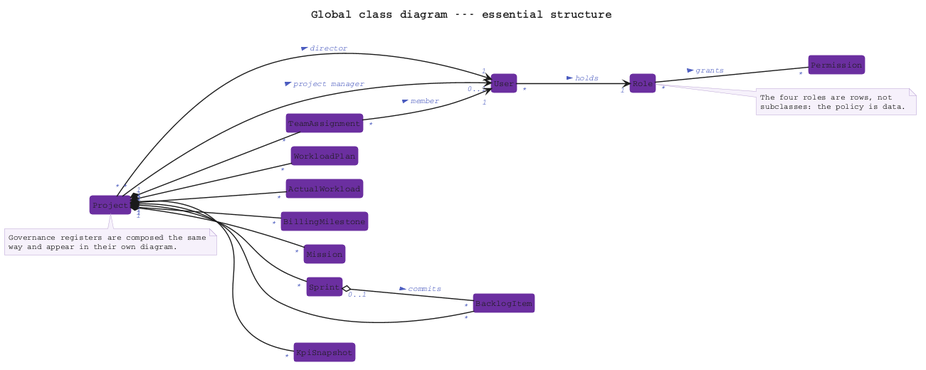
Before: report/Rapport PFE TEKUP LATEX/img/class_global_simple.png, a diagram exported from PlantUML (mazenrakrouki/tekup-pms-platform). Source of this version:
```plantuml
@startuml class_global_simple
title Global class diagram --- essential structure

left to right direction

skinparam shadowing false
skinparam classAttributeIconSize 0
skinparam nodesep 22
skinparam ranksep 90
skinparam class {
  BackgroundColor       #FFFFFF
  BorderColor           #6B2FA0
  BorderThickness       1.4
  HeaderBackgroundColor #6B2FA0
  FontColor             #FFFFFF
  FontName              Courier
  FontSize              14
  FontStyle             plain
  AttributeFontColor    #1A1A1A
  AttributeFontName     Courier
  AttributeFontSize     12
}
skinparam ArrowColor      #1A1A1A
skinparam ArrowThickness  1.4
skinparam ArrowFontColor  #4A5BBF
skinparam ArrowFontStyle  italic
skinparam ArrowFontName   Courier
skinparam ArrowFontSize   11
skinparam TitleFontName   Courier
skinparam TitleFontSize   16
skinparam TitleFontColor  #1A1A1A
skinparam noteBorderColor     #B9A0D4
skinparam noteBackgroundColor #F6F1FB
skinparam noteFontName        Courier
skinparam noteFontSize        11
hide circle
hide members

class User
class Role
class Permission

class Project
class TeamAssignment

class WorkloadPlan
class ActualWorkload

class BillingMilestone
class Mission

class Sprint
class BacklogItem

class KpiSnapshot

User "*"  --> "1" Role       : holds >
Role "*"  --  "*" Permission : grants >

Project "*" --> "1"    User : director >
Project "*" --> "0..1" User : project manager >

Project "1" *-- "*" TeamAssignment
TeamAssignment "*" --> "1" User : member >

Project "1" *-- "*" WorkloadPlan
Project "1" *-- "*" ActualWorkload
Project "1" *-- "*" BillingMilestone
Project "1" *-- "*" Mission
Project "1" *-- "*" Sprint
Project "1" *-- "*" BacklogItem
Project "1" *-- "*" KpiSnapshot

Sprint "0..1" o-- "*" BacklogItem : commits >

note right of Role
  The four roles are rows, not
  subclasses: the policy is data.
end note

note bottom of Project
  Governance registers are composed the same
  way and appear in their own diagram.
end note

@enduml
```
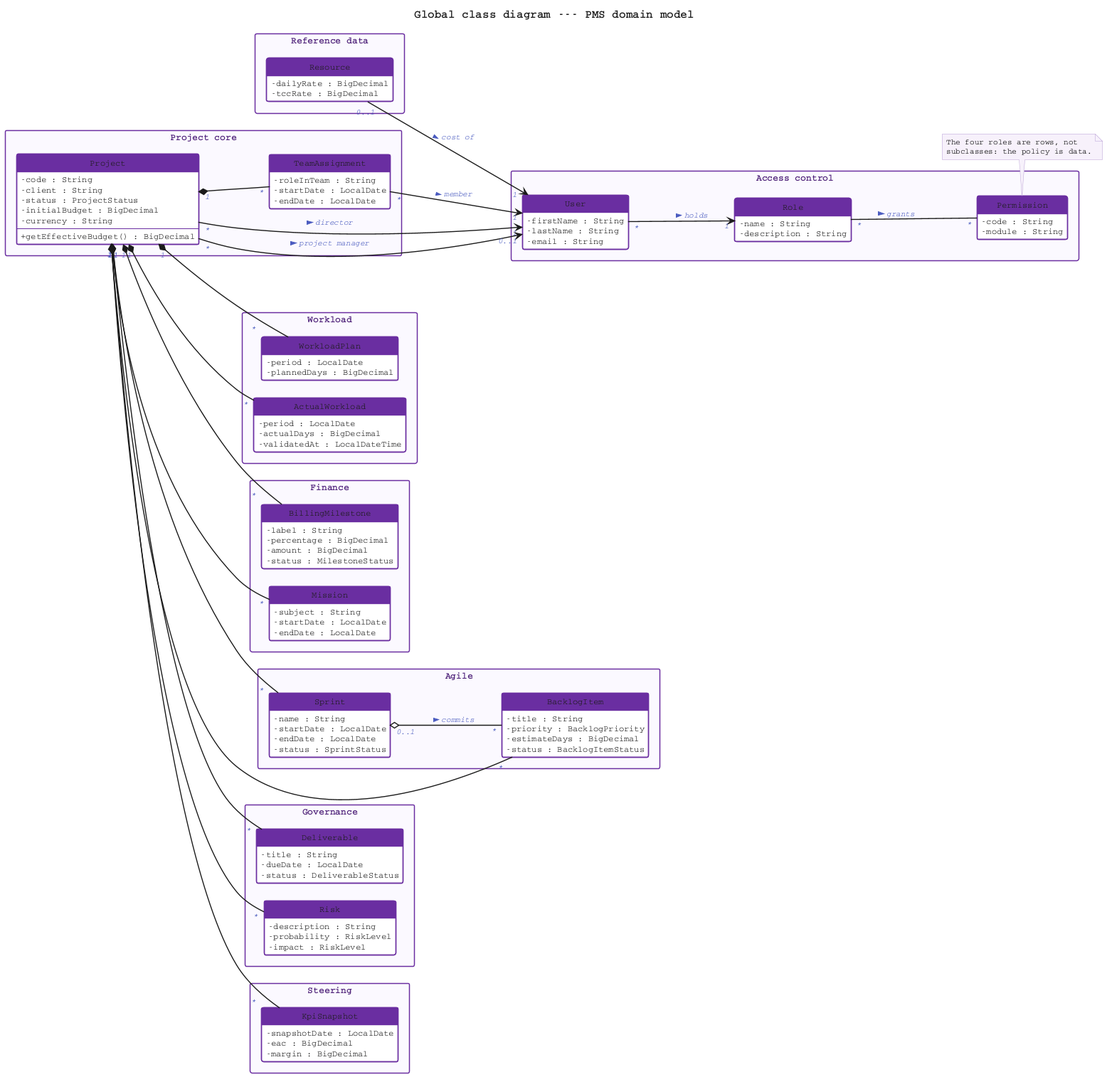
After the change.

Commit message:
Rework the global class diagram: attributes, missing classes, layout

Diff of the diagram source:
```diff
@@ -1,12 +1,12 @@
 @startuml class_global_simple
-title Global class diagram --- essential structure
+title Global class diagram --- PMS domain model
 
 left to right direction
 
 skinparam shadowing false
 skinparam classAttributeIconSize 0
-skinparam nodesep 22
-skinparam ranksep 90
+skinparam nodesep 25
+skinparam ranksep 75
 skinparam class {
   BackgroundColor       #FFFFFF
   BorderColor           #6B2FA0
@@ -20,6 +20,12 @@
   AttributeFontName     Courier
   AttributeFontSize     12
 }
+skinparam packageStyle           rectangle
+skinparam packageBackgroundColor #FBF9FE
+skinparam packageBorderColor     #6B2FA0
+skinparam packageFontColor       #4B1E77
+skinparam packageFontName        Courier
+skinparam packageFontSize        13
 skinparam ArrowColor      #1A1A1A
 skinparam ArrowThickness  1.4
 skinparam ArrowFontColor  #4A5BBF
@@ -34,53 +40,134 @@
 skinparam noteFontName        Courier
 skinparam noteFontSize        11
 hide circle
-hide members
+hide empty methods
 
-class User
-class Role
-class Permission
+package "Access control" {
+  class User {
+    - firstName : String
+    - lastName : String
+    - email : String
+  }
+  class Role {
+    - name : String
+    - description : String
+  }
+  class Permission {
+    - code : String
+    - module : String
+  }
+}
 
-class Project
-class TeamAssignment
+package "Reference data" {
+  class Resource {
+    - dailyRate : BigDecimal
+    - tccRate : BigDecimal
+  }
+}
 
-class WorkloadPlan
-class ActualWorkload
+package "Project core" {
+  class Project {
+    - code : String
+    - client : String
+    - status : ProjectStatus
+    - initialBudget : BigDecimal
+    - currency : String
+    --
+    + getEffectiveBudget() : BigDecimal
+  }
+  class TeamAssignment {
+    - roleInTeam : String
+    - startDate : LocalDate
+    - endDate : LocalDate
+  }
+}
 
-class BillingMilestone
-class Mission
+package "Workload" {
+  class WorkloadPlan {
+    - period : LocalDate
+    - plannedDays : BigDecimal
+  }
+  class ActualWorkload {
+    - period : LocalDate
+    - actualDays : BigDecimal
+    - validatedAt : LocalDateTime
+  }
+}
 
-class Sprint
-class BacklogItem
+package "Finance" {
+  class BillingMilestone {
+    - label : String
+    - percentage : BigDecimal
+    - amount : BigDecimal
+    - status : MilestoneStatus
+  }
+  class Mission {
+    - subject : String
+    - startDate : LocalDate
+    - endDate : LocalDate
+  }
+}
 
-class KpiSnapshot
+package "Agile" {
+  class Sprint {
+    - name : String
+    - startDate : LocalDate
+    - endDate : LocalDate
+    - status : SprintStatus
+  }
+  class BacklogItem {
+    - title : String
+    - priority : BacklogPriority
+    - estimateDays : BigDecimal
+    - status : BacklogItemStatus
+  }
+}
 
-User "*"  --> "1" Role       : holds >
-Role "*"  --  "*" Permission : grants >
+package "Governance" {
+  class Deliverable {
+    - title : String
+    - dueDate : LocalDate
+    - status : DeliverableStatus
+  }
+  class Risk {
+    - description : String
+    - probability : RiskLevel
+    - impact : RiskLevel
+  }
+}
+
+package "Steering" {
+  class KpiSnapshot {
+    - snapshotDate : LocalDate
+    - eac : BigDecimal
+    - margin : BigDecimal
+  }
+}
+
+User "*" --> "1" Role       : holds >
+Role "*" --  "*" Permission : grants >
+Resource "0..1" --> "1" User : cost of >
 
 Project "*" --> "1"    User : director >
 Project "*" --> "0..1" User : project manager >
+TeamAssignment "*" --> "1" User : member >
 
 Project "1" *-- "*" TeamAssignment
-TeamAssignment "*" --> "1" User : member >
-
 Project "1" *-- "*" WorkloadPlan
 Project "1" *-- "*" ActualWorkload
 Project "1" *-- "*" BillingMilestone
 Project "1" *-- "*" Mission
 Project "1" *-- "*" Sprint
 Project "1" *-- "*" BacklogItem
+Project "1" *-- "*" Deliverable
+Project "1" *-- "*" Risk
 Project "1" *-- "*" KpiSnapshot
 
 Sprint "0..1" o-- "*" BacklogItem : commits >
 
-note right of Role
+note bottom of Permission
   The four roles are rows, not
   subclasses: the policy is data.
 end note
 
-note bottom of Project
-  Governance registers are composed the same
-  way and appear in their own diagram.
-end note
-
 @enduml
```
